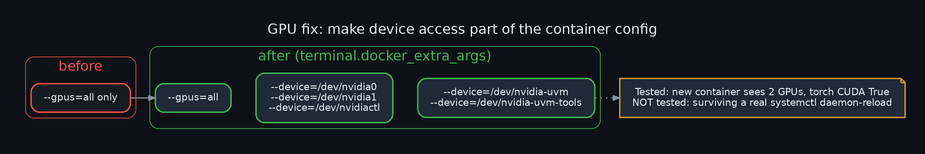
Above: diagrams/19_gpu_fix_flags.png in danindiana/hermes-web-search-ddgs (Graphviz), before the change. Its source is kept beside it as diagrams/19_gpu_fix_flags.dot. Its diagram source:
```dot
digraph g {
graph [bgcolor="#0d1117", rankdir=LR, fontname="Helvetica", fontcolor="#e6edf3", labelloc="t", fontsize=20, pad=0.4];
node  [fontname="Helvetica", fontcolor="#e6edf3", color="#30363d", style="filled,rounded", shape=box, penwidth=2, margin="0.25,0.18", fillcolor="#161b22"];
edge  [color="#8b949e", fontname="Helvetica", fontcolor="#adbac7", penwidth=1.6, arrowsize=0.9];
label="GPU fix: make device access part of the container config";
subgraph cluster_b { label="before"; color="#f85149"; fontcolor="#f85149"; style=rounded;
 b [label="--gpus=all only", color="#f85149"]; }
subgraph cluster_a { label="after (terminal.docker_extra_args)"; color="#3fb950"; fontcolor="#3fb950"; style=rounded;
 a1 [label="--gpus=all", color="#3fb950", fillcolor="#1f2937"]; a2 [label="--device=/dev/nvidia0\n--device=/dev/nvidia1\n--device=/dev/nvidiactl", color="#3fb950", fillcolor="#1f2937"]; a3 [label="--device=/dev/nvidia-uvm\n--device=/dev/nvidia-uvm-tools", color="#3fb950", fillcolor="#1f2937"]; }
b->a1; a1->a2->a3 [style=invis];
t [label="Tested: new container sees 2 GPUs, torch CUDA True\nNOT tested: surviving a real systemctl daemon-reload", color="#d29922", fillcolor="#1f2937", shape=note]; a3->t [style=dotted];
}
```
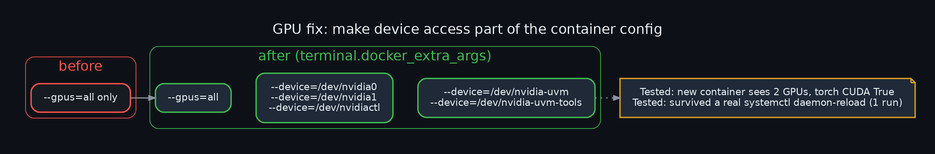
After the change.

Commit message:
Document daemon-reload GPU test (confirms fix), add diagram 25, correct sudo claim

Change to the diagram source:
```diff
@@ -8,5 +8,5 @@
 subgraph cluster_a { label="after (terminal.docker_extra_args)"; color="#3fb950"; fontcolor="#3fb950"; style=rounded;
  a1 [label="--gpus=all", color="#3fb950", fillcolor="#1f2937"]; a2 [label="--device=/dev/nvidia0\n--device=/dev/nvidia1\n--device=/dev/nvidiactl", color="#3fb950", fillcolor="#1f2937"]; a3 [label="--device=/dev/nvidia-uvm\n--device=/dev/nvidia-uvm-tools", color="#3fb950", fillcolor="#1f2937"]; }
 b->a1; a1->a2->a3 [style=invis];
-t [label="Tested: new container sees 2 GPUs, torch CUDA True\nNOT tested: surviving a real systemctl daemon-reload", color="#d29922", fillcolor="#1f2937", shape=note]; a3->t [style=dotted];
+t [label="Tested: new container sees 2 GPUs, torch CUDA True\nTested: survived a real systemctl daemon-reload (1 run)", color="#d29922", fillcolor="#1f2937", shape=note]; a3->t [style=dotted];
 }
```
